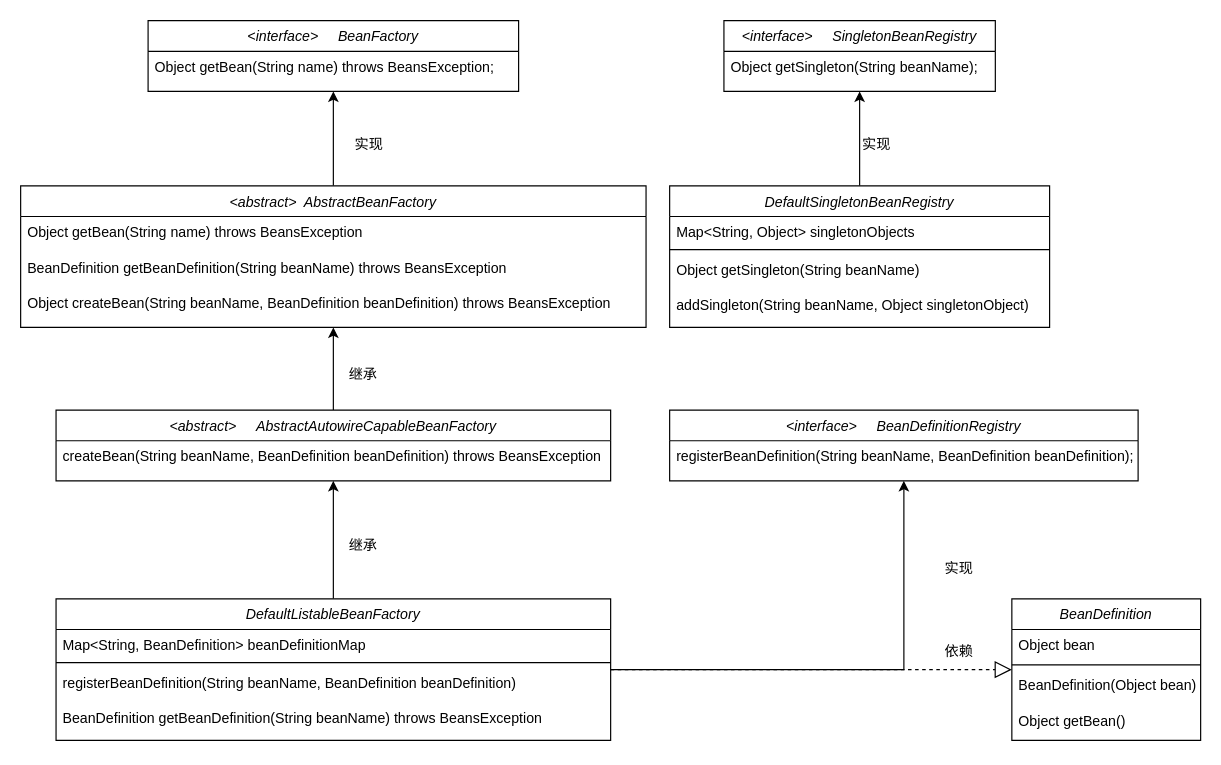
This is small-spring/small-spring-02.drawio from taiheqin/diagrams, a draw.io file, before an edit. Source tidied: cells renumbered, new cells numbered last; positions are measured from the earlier drawing's top-left corner, leaving out a move shared by most shapes. Both pictures are drawn from the tidied source at 118%, with x=0, y=0 at pixel (20, 20).
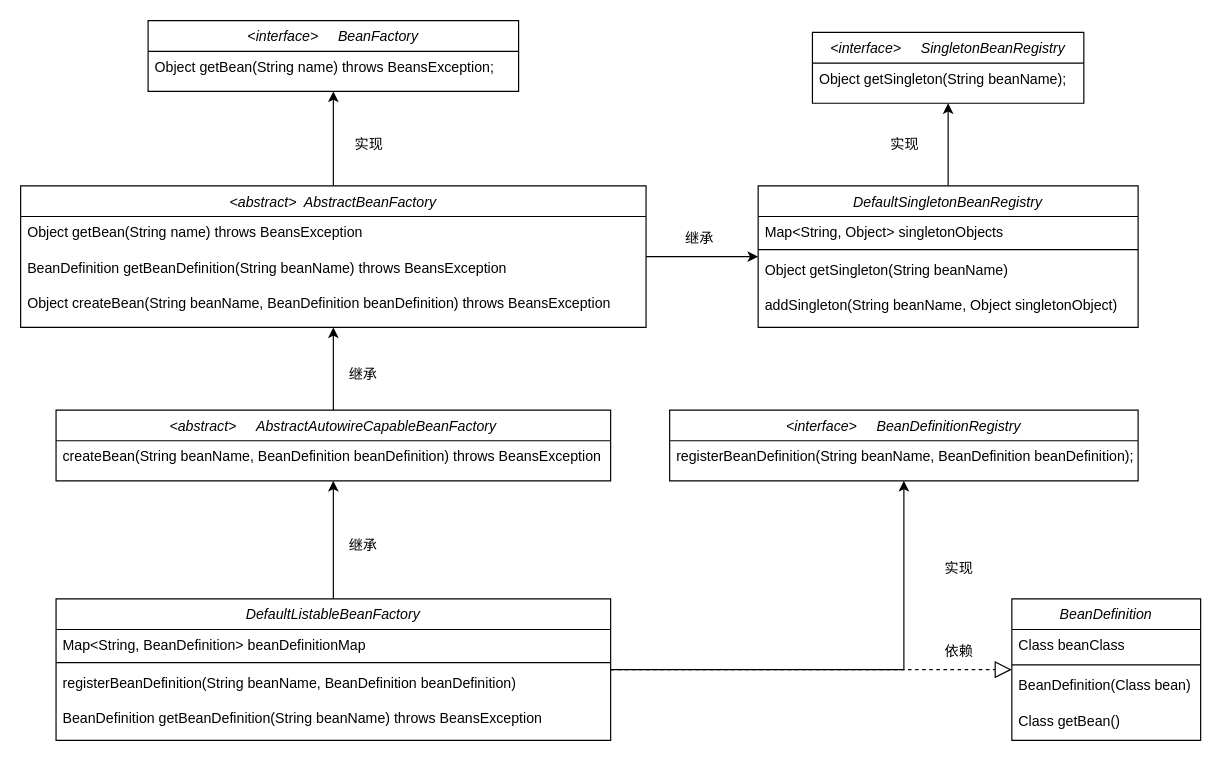
The same diagram, later.

Unchanged cells that the change refers to:
```xml
<mxCell id="2" value="BeanDefinition" style="swimlane;fontStyle=2;align=center;verticalAlign=top;horizontal=1;startSize=26;rounded=0;shadow=0;strokeWidth=1;" parent="1" vertex="1">
  <mxGeometry x="840" y="490" width="160" height="120" as="geometry" />
</mxCell>
<mxCell id="22" value="&lt;abstract&gt;  AbstractBeanFactory" style="swimlane;fontStyle=2;align=center;verticalAlign=top;horizontal=1;startSize=26;rounded=0;shadow=0;strokeWidth=1;" parent="1" vertex="1">
  <mxGeometry y="140" width="530" height="120" as="geometry" />
</mxCell>
```

Diff of the diagram source:
```diff
@@
-    <mxCell id="3" value="Object bean" style="text;align=left;verticalAlign=top;spacingLeft=4;spacingRight=4;overflow=hidden;" parent="2" vertex="1">
+    <mxCell id="3" value="Class beanClass" style="text;align=left;verticalAlign=top;spacingLeft=4;spacingRight=4;overflow=hidden;" parent="2" vertex="1">
       <mxGeometry y="26" width="160" height="26" as="geometry" />
     </mxCell>
@@
-    <mxCell id="5" value="BeanDefinition(Object bean) " style="text;align=left;verticalAlign=top;spacingLeft=4;spacingRight=4;overflow=hidden;" parent="2" vertex="1">
+    <mxCell id="5" value="BeanDefinition(Class bean) " style="text;align=left;verticalAlign=top;spacingLeft=4;spacingRight=4;overflow=hidden;" parent="2" vertex="1">
       <mxGeometry y="60" width="160" height="30" as="geometry" />
     </mxCell>
-    <mxCell id="6" value="Object getBean()" style="text;align=left;verticalAlign=top;spacingLeft=4;spacingRight=4;overflow=hidden;" parent="2" vertex="1">
+    <mxCell id="6" value="Class getBean()" style="text;align=left;verticalAlign=top;spacingLeft=4;spacingRight=4;overflow=hidden;" parent="2" vertex="1">
       <mxGeometry y="90" width="160" height="30" as="geometry" />
     </mxCell>
@@
     <mxCell id="11" value="&lt;interface&gt;     SingletonBeanRegistry" style="swimlane;fontStyle=2;align=center;verticalAlign=top;horizontal=1;startSize=26;rounded=0;shadow=0;strokeWidth=1;" parent="1" vertex="1">
-      <mxGeometry x="596" width="230" height="60" as="geometry" />
+      <mxGeometry x="671" y="10" width="230" height="60" as="geometry" />
     </mxCell>
@@
     <mxCell id="14" value="DefaultSingletonBeanRegistry" style="swimlane;fontStyle=2;align=center;verticalAlign=top;horizontal=1;startSize=26;rounded=0;shadow=0;strokeWidth=1;" parent="1" vertex="1">
-      <mxGeometry x="550" y="140" width="322" height="120" as="geometry" />
+      <mxGeometry x="625" y="140" width="322" height="120" as="geometry" />
     </mxCell>
@@
+    <mxCell id="41" style="edgeStyle=orthogonalEdgeStyle;rounded=0;jettySize=auto;html=1;" parent="1" edge="1" source="22" target="14">
+      <mxGeometry relative="1" as="geometry" />
+    </mxCell>
@@
     <mxCell id="36" value="实现" style="text;html=1;align=center;verticalAlign=middle;strokeColor=none;fillColor=none;" parent="1" vertex="1">
-      <mxGeometry x="700" y="90" width="50" height="30" as="geometry" />
+      <mxGeometry x="723.5" y="90" width="50" height="30" as="geometry" />
     </mxCell>
@@
+    <mxCell id="42" value="继承" style="text;html=1;align=center;verticalAlign=middle;strokeColor=none;fillColor=none;" parent="1" vertex="1">
+      <mxGeometry x="550" y="170" width="50" height="30" as="geometry" />
+    </mxCell>
```
